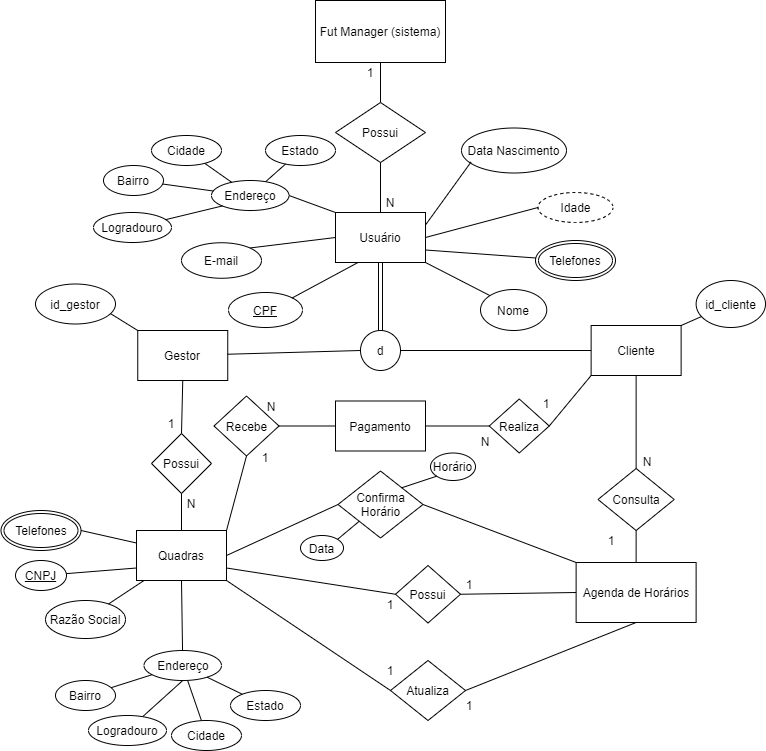
Before: documentacao/imagens/DiagramaFutManager.png, a diagram exported from draw.io (oapmartins/FutManager). Source tidied: cells renumbered, new cells last; positions are measured from the earlier drawing's top-left corner, leaving out a move shared by most shapes.
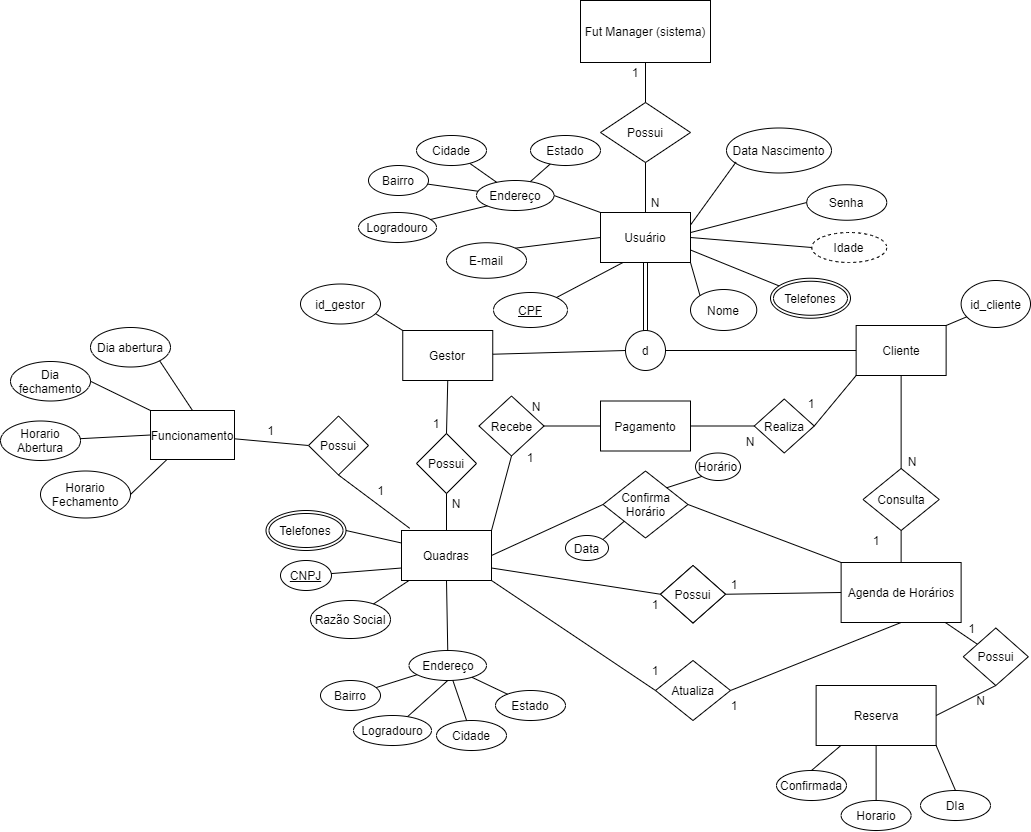
The same diagram one commit later.

Diff of the diagram source:
```diff
@@ -42,13 +42,13 @@
       <mxGeometry relative="1" as="geometry" />
     </mxCell>
     <mxCell id="15" value="Idade" style="ellipse;whiteSpace=wrap;html=1;shadow=0;sketch=0;strokeColor=#000000;gradientColor=none;dashed=1;" parent="1" vertex="1">
-      <mxGeometry x="536.5" y="192" width="75" height="30" as="geometry" />
+      <mxGeometry x="545.2" y="232" width="75" height="30" as="geometry" />
     </mxCell>
     <mxCell id="16" style="endArrow=none;html=1;strokeColor=#000000;exitX=0;exitY=0.5;exitDx=0;exitDy=0;entryX=1;entryY=0.5;entryDx=0;entryDy=0;" parent="1" edge="1" source="15" target="4">
       <mxGeometry relative="1" as="geometry" />
     </mxCell>
     <mxCell id="17" value="Telefones" style="ellipse;shape=doubleEllipse;margin=3;whiteSpace=wrap;html=1;align=center;" parent="1" vertex="1">
-      <mxGeometry x="534" y="240" width="80" height="40" as="geometry" />
+      <mxGeometry x="504" y="277.8" width="80" height="40" as="geometry" />
     </mxCell>
     <mxCell id="18" style="endArrow=none;html=1;strokeColor=#000000;entryX=1;entryY=0.75;entryDx=0;entryDy=0;" parent="1" edge="1" source="17" target="4">
       <mxGeometry relative="1" as="geometry" />
@@ -57,7 +57,7 @@
       <mxGeometry x="227" y="292" width="74" height="35" as="geometry" />
     </mxCell>
     <mxCell id="20" value="Nome" style="ellipse;whiteSpace=wrap;html=1;shadow=0;sketch=0;strokeColor=#000000;gradientColor=none;" parent="1" vertex="1">
-      <mxGeometry x="479" y="289" width="66.2" height="41" as="geometry" />
+      <mxGeometry x="424" y="289" width="66.2" height="41" as="geometry" />
     </mxCell>
     <mxCell id="21" value="1" style="text;html=1;strokeColor=none;fillColor=none;align=center;verticalAlign=middle;whiteSpace=wrap;rounded=0;shadow=0;sketch=0;" parent="1" vertex="1">
       <mxGeometry x="349" y="62" width="40" height="20" as="geometry" />
@@ -289,5 +289,92 @@
     <mxCell id="96" value="id_gestor" style="ellipse;whiteSpace=wrap;html=1;" parent="1" vertex="1">
       <mxGeometry x="34" y="283.5" width="80" height="40" as="geometry" />
     </mxCell>
+    <mxCell id="97" value="Senha" style="ellipse;whiteSpace=wrap;html=1;" parent="1" vertex="1">
+      <mxGeometry x="540.2" y="184.2" width="80" height="35.5" as="geometry" />
+    </mxCell>
+    <mxCell id="98" style="endArrow=none;html=1;strokeColor=#000000;exitX=0;exitY=0.5;exitDx=0;exitDy=0;entryX=0.996;entryY=0.403;entryDx=0;entryDy=0;entryPerimeter=0;" parent="1" edge="1" source="97" target="4">
+      <mxGeometry relative="1" as="geometry" />
+    </mxCell>
+    <mxCell id="99" value="Funcionamento" style="rounded=0;whiteSpace=wrap;html=1;" parent="1" vertex="1">
+      <mxGeometry x="-116" y="410" width="84" height="49" as="geometry" />
+    </mxCell>
+    <mxCell id="100" value="Horario Abertura" style="ellipse;whiteSpace=wrap;html=1;" parent="1" vertex="1">
+      <mxGeometry x="-266" y="420.5" width="80" height="39.5" as="geometry" />
+    </mxCell>
+    <mxCell id="101" style="endArrow=none;html=1;entryX=0;entryY=0.5;entryDx=0;entryDy=0;" parent="1" edge="1" source="99" target="105">
+      <mxGeometry relative="1" as="geometry" />
+    </mxCell>
+    <mxCell id="102" value="Horario Fechamento" style="ellipse;whiteSpace=wrap;html=1;" parent="1" vertex="1">
+      <mxGeometry x="-226" y="470.5" width="90" height="47" as="geometry" />
+    </mxCell>
+    <mxCell id="103" style="endArrow=none;html=1;entryX=0;entryY=0.5;entryDx=0;entryDy=0;" parent="1" edge="1" source="100" target="99">
+      <mxGeometry relative="1" as="geometry" />
+    </mxCell>
+    <mxCell id="104" style="endArrow=none;html=1;exitX=1;exitY=0.5;exitDx=0;exitDy=0;" parent="1" edge="1" source="102" target="99">
+      <mxGeometry relative="1" as="geometry" />
+    </mxCell>
+    <mxCell id="105" value="Possui" style="rhombus;whiteSpace=wrap;html=1;" parent="1" vertex="1">
+      <mxGeometry x="42" y="415.5" width="60" height="59" as="geometry" />
+    </mxCell>
+    <mxCell id="106" style="endArrow=none;html=1;exitX=0.5;exitY=1;exitDx=0;exitDy=0;entryX=0.091;entryY=-0.044;entryDx=0;entryDy=0;entryPerimeter=0;" parent="1" edge="1" source="105" target="33">
+      <mxGeometry relative="1" as="geometry" />
+    </mxCell>
+    <mxCell id="107" value="Reserva" style="rounded=0;whiteSpace=wrap;html=1;" parent="1" vertex="1">
+      <mxGeometry x="549.6" y="685" width="120" height="60" as="geometry" />
+    </mxCell>
+    <mxCell id="108" style="endArrow=none;html=1;exitX=0.5;exitY=0;exitDx=0;exitDy=0;" parent="1" edge="1" source="110" target="107">
+      <mxGeometry relative="1" as="geometry" />
+    </mxCell>
+    <mxCell id="109" value="Horario" style="ellipse;whiteSpace=wrap;html=1;align=center;" parent="1" vertex="1">
+      <mxGeometry x="574.6" y="800" width="70" height="30" as="geometry" />
+    </mxCell>
+    <mxCell id="110" value="Confirmada" style="ellipse;whiteSpace=wrap;html=1;align=center;" parent="1" vertex="1">
+      <mxGeometry x="510" y="770" width="70" height="30" as="geometry" />
+    </mxCell>
+    <mxCell id="111" style="endArrow=none;html=1;exitX=0.5;exitY=0;exitDx=0;exitDy=0;" parent="1" edge="1" source="109" target="107">
+      <mxGeometry relative="1" as="geometry" />
+    </mxCell>
+    <mxCell id="112" style="endArrow=none;html=1;" parent="1" edge="1" source="68" target="114">
+      <mxGeometry relative="1" as="geometry" />
+    </mxCell>
+    <mxCell id="113" value="Possui" style="rhombus;whiteSpace=wrap;html=1;" parent="1" vertex="1">
+      <mxGeometry x="394" y="565" width="65" height="57.5" as="geometry" />
+    </mxCell>
+    <mxCell id="114" value="Possui" style="rhombus;whiteSpace=wrap;html=1;" parent="1" vertex="1">
+      <mxGeometry x="696.8" y="627.5" width="65" height="57.5" as="geometry" />
+    </mxCell>
+    <mxCell id="115" style="endArrow=none;html=1;exitX=0.5;exitY=1;exitDx=0;exitDy=0;entryX=1;entryY=0.5;entryDx=0;entryDy=0;" parent="1" edge="1" source="114" target="107">
+      <mxGeometry relative="1" as="geometry" />
+    </mxCell>
+    <mxCell id="116" value="DIa" style="ellipse;whiteSpace=wrap;html=1;align=center;" parent="1" vertex="1">
+      <mxGeometry x="654" y="790" width="70" height="30" as="geometry" />
+    </mxCell>
+    <mxCell id="117" style="endArrow=none;html=1;exitX=1;exitY=1;exitDx=0;exitDy=0;entryX=0.5;entryY=0;entryDx=0;entryDy=0;" parent="1" edge="1" source="107" target="116">
+      <mxGeometry relative="1" as="geometry" />
+    </mxCell>
+    <mxCell id="118" value="Dia fechamento" style="ellipse;whiteSpace=wrap;html=1;" parent="1" vertex="1">
+      <mxGeometry x="-256" y="361" width="80" height="39.5" as="geometry" />
+    </mxCell>
+    <mxCell id="119" value="Dia abertura" style="ellipse;whiteSpace=wrap;html=1;" parent="1" vertex="1">
+      <mxGeometry x="-176" y="327" width="80" height="39.5" as="geometry" />
+    </mxCell>
+    <mxCell id="120" style="endArrow=none;html=1;entryX=1;entryY=1;entryDx=0;entryDy=0;exitX=0.5;exitY=0;exitDx=0;exitDy=0;" parent="1" edge="1" source="99" target="119">
+      <mxGeometry relative="1" as="geometry" />
+    </mxCell>
+    <mxCell id="121" style="endArrow=none;html=1;entryX=1;entryY=0.5;entryDx=0;entryDy=0;exitX=0;exitY=0;exitDx=0;exitDy=0;" parent="1" edge="1" source="99" target="118">
+      <mxGeometry relative="1" as="geometry" />
+    </mxCell>
+    <mxCell id="122" value="1" style="text;html=1;align=center;verticalAlign=middle;" parent="1" vertex="1">
+      <mxGeometry x="694.6" y="618" width="20" height="20" as="geometry" />
+    </mxCell>
+    <mxCell id="123" value="N" style="text;html=1;align=center;verticalAlign=middle;" parent="1" vertex="1">
+      <mxGeometry x="704" y="690" width="20" height="20" as="geometry" />
+    </mxCell>
+    <mxCell id="124" value="1" style="text;html=1;align=center;verticalAlign=middle;" parent="1" vertex="1">
+      <mxGeometry x="104" y="480" width="20" height="20" as="geometry" />
+    </mxCell>
+    <mxCell id="125" value="1" style="text;html=1;align=center;verticalAlign=middle;" parent="1" vertex="1">
+      <mxGeometry x="-6" y="420" width="20" height="20" as="geometry" />
+    </mxCell>
   </root>
 </mxGraphModel>
```
